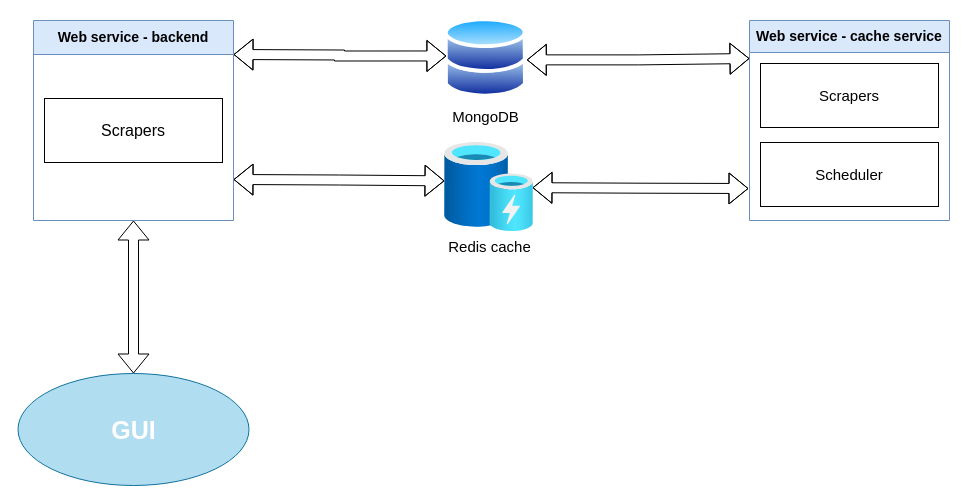
The draw.io diagram Untitled Diagram.drawio in MatajTjasa/webscraper, before the edit. Source tidied: cells renumbered, new cells numbered last; positions are measured from the earlier drawing's top-left corner, leaving out a move shared by most shapes. Both pictures are drawn from the tidied source at 100%, with x=0, y=0 at pixel (17, 17).
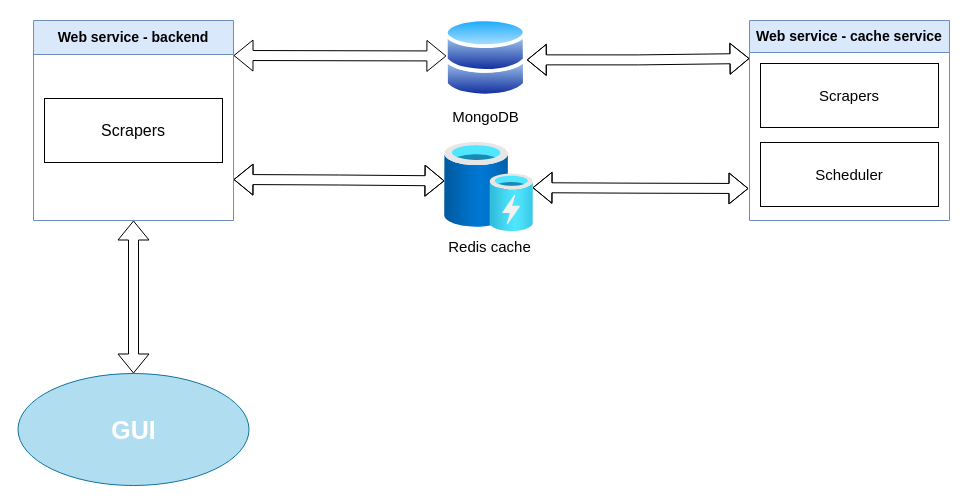
The same diagram, later.

Commit message:
Last update on architecture design.

Change to the diagram source:
```diff
@@
 <mxGraphModel background="#FFFFFF">
   <root>
     <mxCell id="0" />
     <mxCell id="1" parent="0" />
     <mxCell id="2" style="edgeStyle=orthogonalEdgeStyle;rounded=0;jettySize=auto;html=1;exitX=0.995;exitY=0.523;exitDx=0;exitDy=0;shape=flexArrow;startArrow=block;exitPerimeter=0;" parent="1" edge="1" source="3">
       <mxGeometry relative="1" as="geometry">
         <mxPoint x="732" y="41" as="targetPoint" />
       </mxGeometry>
     </mxCell>
     <mxCell id="3" value="&lt;div style=&quot;font-size: 15px;&quot;&gt;&lt;font style=&quot;font-size: 15px;&quot;&gt;MongoDB&lt;/font&gt;&lt;/div&gt;&lt;div style=&quot;font-size: 15px;&quot;&gt;&lt;font style=&quot;font-size: 15px;&quot;&gt;&lt;br&gt;&lt;/font&gt;&lt;/div&gt;" style="image;perimeter=ellipsePerimeter;html=1;align=center;shadow=0;dashed=0;spacingTop=3;image=img/lib/active_directory/databases.svg;" parent="1" vertex="1">
       <mxGeometry x="427" width="82.7" height="81" as="geometry" />
     </mxCell>
     <mxCell id="4" value="&lt;div style=&quot;font-size: 15px;&quot;&gt;&lt;font style=&quot;font-size: 15px;&quot;&gt;Redis cache&lt;/font&gt;&lt;/div&gt;&lt;div style=&quot;font-size: 15px;&quot;&gt;&lt;font style=&quot;font-size: 15px;&quot;&gt;&lt;br&gt;&lt;/font&gt;&lt;/div&gt;" style="image;html=1;points=[];align=center;fontSize=12;image=img/lib/azure2/general/Cache.svg;" parent="1" vertex="1">
       <mxGeometry x="427" y="125" width="89" height="89" as="geometry" />
     </mxCell>
     <mxCell id="5" style="edgeStyle=orthogonalEdgeStyle;rounded=0;jettySize=auto;html=1;entryX=0.5;entryY=0;entryDx=0;entryDy=0;shape=flexArrow;startArrow=block;" parent="1" edge="1" source="6" target="8">
       <mxGeometry relative="1" as="geometry" />
     </mxCell>
     <mxCell id="6" value="&lt;font style=&quot;font-size: 14px;&quot;&gt;Web service - backend&lt;/font&gt;" style="swimlane;whiteSpace=wrap;html=1;fillColor=#dae8fc;strokeColor=#6c8ebf;startSize=34;" parent="1" vertex="1">
       <mxGeometry x="16" y="3" width="200" height="200" as="geometry" />
     </mxCell>
     <mxCell id="7" value="&lt;font style=&quot;font-size: 16px;&quot;&gt;Scrapers&lt;/font&gt;" style="whiteSpace=wrap;html=1;" parent="6" vertex="1">
       <mxGeometry x="11" y="78" width="178" height="64" as="geometry" />
     </mxCell>
     <mxCell id="8" value="&lt;font size=&quot;1&quot; color=&quot;#ffffff&quot;&gt;&lt;b style=&quot;font-size: 25px;&quot;&gt;GUI&lt;/b&gt;&lt;/font&gt;" style="ellipse;whiteSpace=wrap;html=1;fillColor=#b1ddf0;strokeColor=#10739e;" parent="1" vertex="1">
       <mxGeometry x="0.5" y="356" width="231" height="112" as="geometry" />
     </mxCell>
     <mxCell id="9" value="&lt;font style=&quot;font-size: 14px;&quot; face=&quot;Helvetica&quot;&gt;Web service - cache service&lt;/font&gt;" style="swimlane;whiteSpace=wrap;html=1;fillColor=#dae8fc;strokeColor=#6c8ebf;startSize=32;" parent="1" vertex="1">
       <mxGeometry x="732" y="3" width="200" height="200" as="geometry" />
     </mxCell>
     <mxCell id="10" value="&lt;font style=&quot;font-size: 15px;&quot;&gt;Scrapers&lt;/font&gt;" style="whiteSpace=wrap;html=1;" parent="9" vertex="1">
       <mxGeometry x="11" y="43" width="178" height="64" as="geometry" />
     </mxCell>
     <mxCell id="11" value="&lt;font style=&quot;font-size: 15px;&quot;&gt;Scheduler&lt;/font&gt;" style="whiteSpace=wrap;html=1;" parent="9" vertex="1">
       <mxGeometry x="11" y="122" width="178" height="64" as="geometry" />
     </mxCell>
     <mxCell id="12" style="edgeStyle=orthogonalEdgeStyle;rounded=0;orthogonalLoop=1;jettySize=auto;html=1;exitX=1;exitY=0.5;exitDx=0;exitDy=0;shape=flexArrow;startArrow=block;" parent="1" edge="1">
       <mxGeometry relative="1" as="geometry">
         <mxPoint x="515" y="170.2" as="sourcePoint" />
         <mxPoint x="731" y="171" as="targetPoint" />
       </mxGeometry>
     </mxCell>
     <mxCell id="13" style="edgeStyle=orthogonalEdgeStyle;rounded=0;jettySize=auto;html=1;exitX=1;exitY=0.5;exitDx=0;exitDy=0;shape=flexArrow;startArrow=block;entryX=0;entryY=0.431;entryDx=0;entryDy=0;entryPerimeter=0;" parent="1" edge="1" target="4">
       <mxGeometry relative="1" as="geometry">
         <mxPoint x="216" y="162" as="sourcePoint" />
       </mxGeometry>
     </mxCell>
-    <mxCell id="14" style="edgeStyle=orthogonalEdgeStyle;rounded=0;jettySize=auto;html=1;exitX=1;exitY=0.5;exitDx=0;exitDy=0;shape=flexArrow;startArrow=block;entryX=0.023;entryY=0.475;entryDx=0;entryDy=0;entryPerimeter=0;" parent="1" edge="1" target="3">
+    <mxCell id="14" style="edgeStyle=orthogonalEdgeStyle;rounded=0;jettySize=auto;html=1;shape=flexArrow;startArrow=block;entryX=0.023;entryY=0.475;entryDx=0;entryDy=0;entryPerimeter=0;" parent="1" edge="1" target="3">
       <mxGeometry relative="1" as="geometry">
-        <mxPoint x="216" y="37" as="sourcePoint" />
+        <mxPoint x="216" y="38" as="sourcePoint" />
       </mxGeometry>
     </mxCell>
   </root>
 </mxGraphModel>
```
